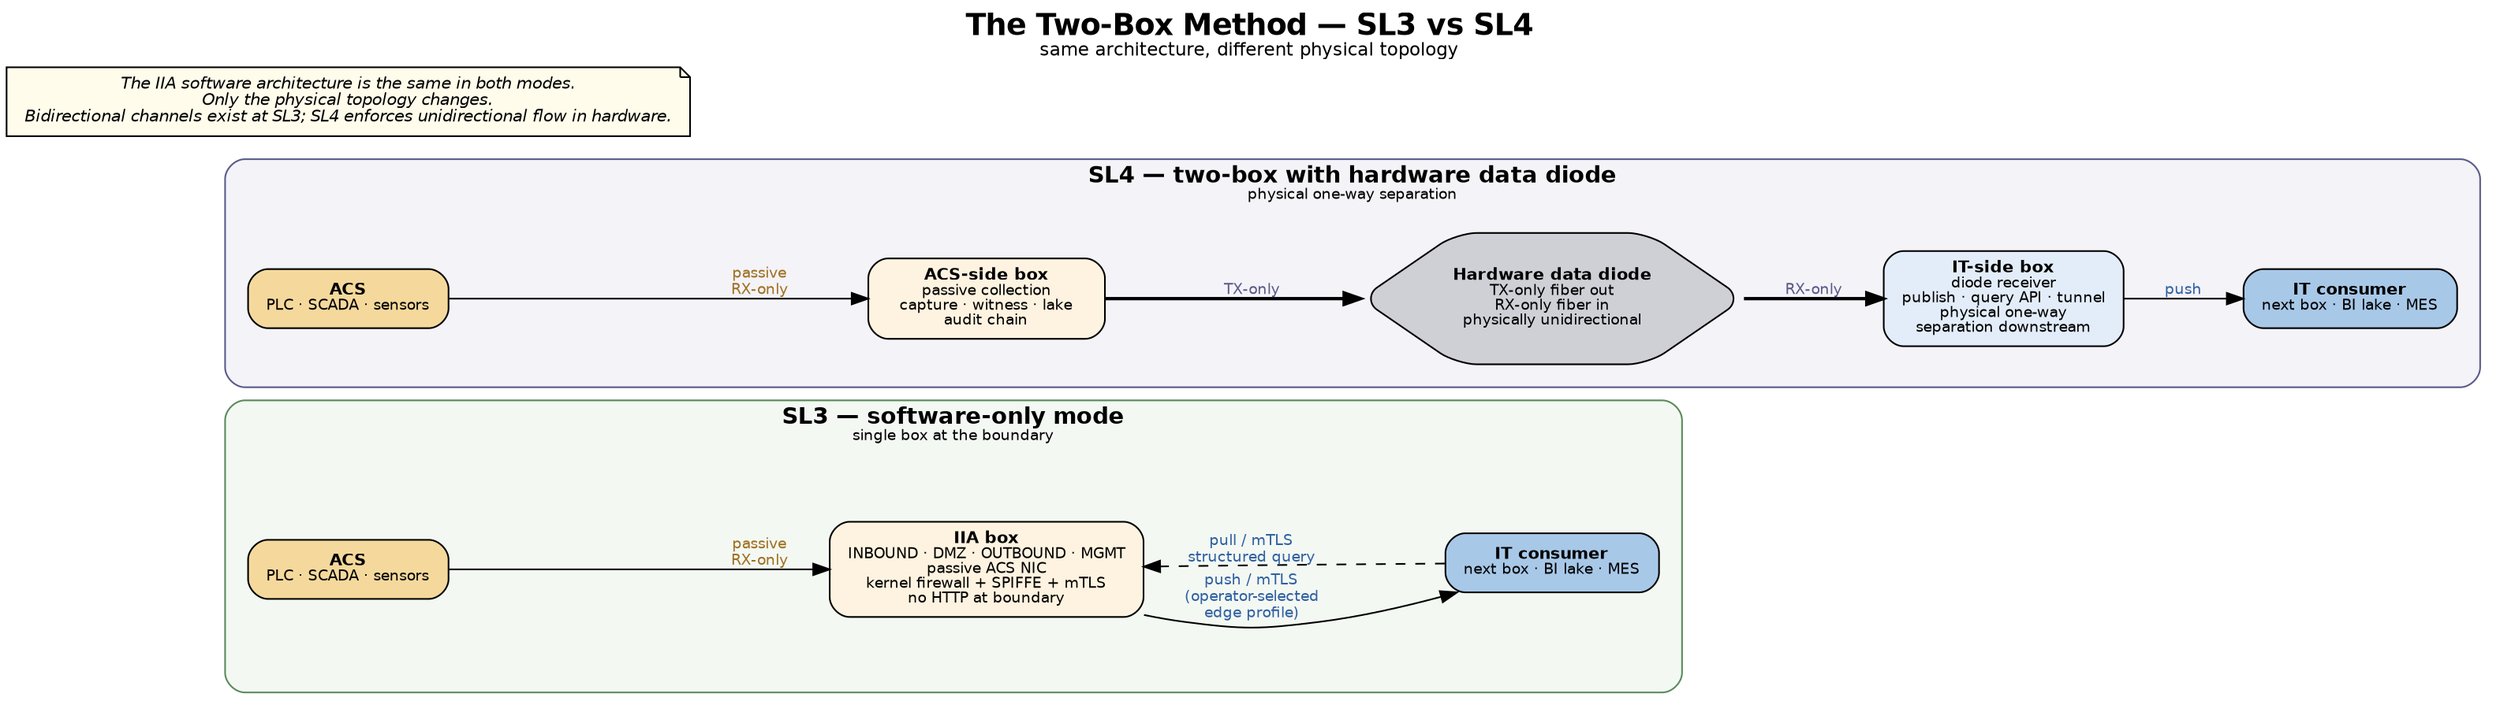
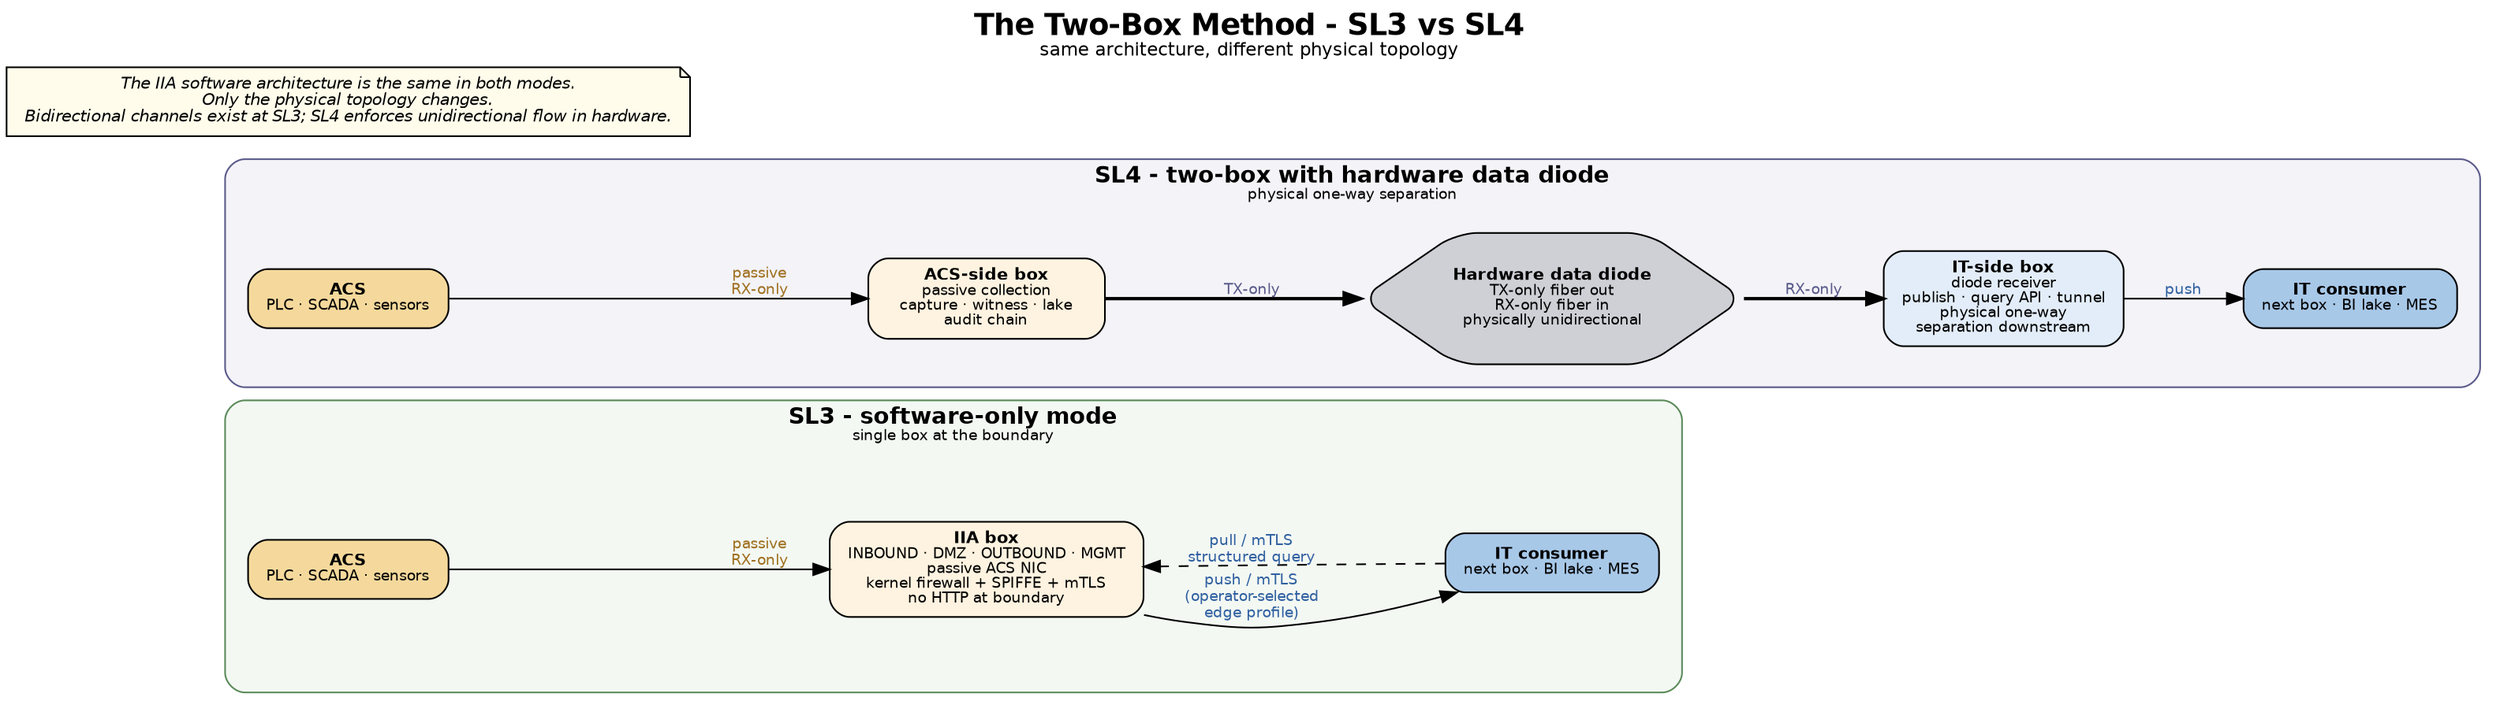
- // IIA — Two-Box Method: SL3 (software-only) vs SL4 (two-box with hardware diode)
+ // IIA - Two-Box Method: SL3 (software-only) vs SL4 (two-box with hardware diode)
// Render: dot -Tpng two-box-method.dot -o two-box-method.png

digraph TwoBoxMethod {
  graph [
    rankdir=LR,
    splines=true,
    nodesep=0.45,
    ranksep=0.7,
    fontname="Helvetica",
    labelloc=t,
-     label=<<b>The Two-Box Method — SL3 vs SL4</b><br/><font point-size="11">same architecture, different physical topology</font>>,
+     label=<<b>The Two-Box Method - SL3 vs SL4</b><br/><font point-size="11">same architecture, different physical topology</font>>,
    fontsize=18,
    bgcolor="white"
  ];
  node [shape=box, style="rounded,filled", fontname="Helvetica", fontsize=10, margin="0.15,0.08"];
  edge [fontname="Helvetica", fontsize=9, color="#444"];

  // ============= SL3 =============
  subgraph cluster_sl3 {
-     label=<<b>SL3 — software-only mode</b><br/><font point-size="9">single box at the boundary</font>>;
+     label=<<b>SL3 - software-only mode</b><br/><font point-size="9">single box at the boundary</font>>;
    style="rounded,filled";
    fillcolor="#f3f8f3";
    color="#5a8a5a";
    fontsize=14;
    margin=14;

    plc_sl3 [
      label=<<b>ACS</b><br/><font point-size="9">PLC · SCADA · sensors</font>>,
      fillcolor="#f5d99c"
    ];
    box_sl3 [
      label=<<b>IIA box</b><br/><font point-size="9">INBOUND · DMZ · OUTBOUND · MGMT<br/>passive ACS NIC<br/>kernel firewall + SPIFFE + mTLS<br/>no HTTP at boundary</font>>,
      fillcolor="#fef3e0",
      width=2.6
    ];
    it_sl3 [
      label=<<b>IT consumer</b><br/><font point-size="9">next box · BI lake · MES</font>>,
      fillcolor="#a8c8e8"
    ];

    plc_sl3 -> box_sl3 [label="passive\nRX-only", fontcolor="#a07020"];
    box_sl3 -> it_sl3 [label="push / mTLS\n(operator-selected\nedge profile)", fontcolor="#3060a0"];
    it_sl3 -> box_sl3 [label="pull / mTLS\nstructured query", fontcolor="#3060a0", style=dashed];
  }

  // ============= SL4 =============
  subgraph cluster_sl4 {
-     label=<<b>SL4 — two-box with hardware data diode</b><br/><font point-size="9">physical one-way separation</font>>;
+     label=<<b>SL4 - two-box with hardware data diode</b><br/><font point-size="9">physical one-way separation</font>>;
    style="rounded,filled";
    fillcolor="#f3f3f8";
    color="#5a5a8a";
    fontsize=14;
    margin=14;

    plc_sl4 [
      label=<<b>ACS</b><br/><font point-size="9">PLC · SCADA · sensors</font>>,
      fillcolor="#f5d99c"
    ];
    box_acs [
      label=<<b>ACS-side box</b><br/><font point-size="9">passive collection<br/>capture · witness · lake<br/>audit chain</font>>,
      fillcolor="#fef3e0",
      width=2.0
    ];
    diode [
      label=<<b>Hardware data diode</b><br/><font point-size="9">TX-only fiber out<br/>RX-only fiber in<br/>physically unidirectional</font>>,
      fillcolor="#cfcfd6",
      shape=hexagon,
      width=2.0
    ];
    box_it [
      label=<<b>IT-side box</b><br/><font point-size="9">diode receiver<br/>publish · query API · tunnel<br/>physical one-way<br/>separation downstream</font>>,
      fillcolor="#e3edf9",
      width=2.0
    ];
    it_sl4 [
      label=<<b>IT consumer</b><br/><font point-size="9">next box · BI lake · MES</font>>,
      fillcolor="#a8c8e8"
    ];

    plc_sl4 -> box_acs [label="passive\nRX-only", fontcolor="#a07020"];
    box_acs -> diode [label="TX-only", fontcolor="#5a5a8a", style=bold];
    diode -> box_it [label="RX-only", fontcolor="#5a5a8a", style=bold];
    box_it -> it_sl4 [label="push", fontcolor="#3060a0"];
  }

  // Annotation
  note [
    label=<<i>The IIA software architecture is the same in both modes.<br/>Only the physical topology changes.<br/>Bidirectional channels exist at SL3; SL4 enforces unidirectional flow in hardware.</i>>,
    shape=note,
    fillcolor="#fffceb",
    fontsize=10
  ];
}
